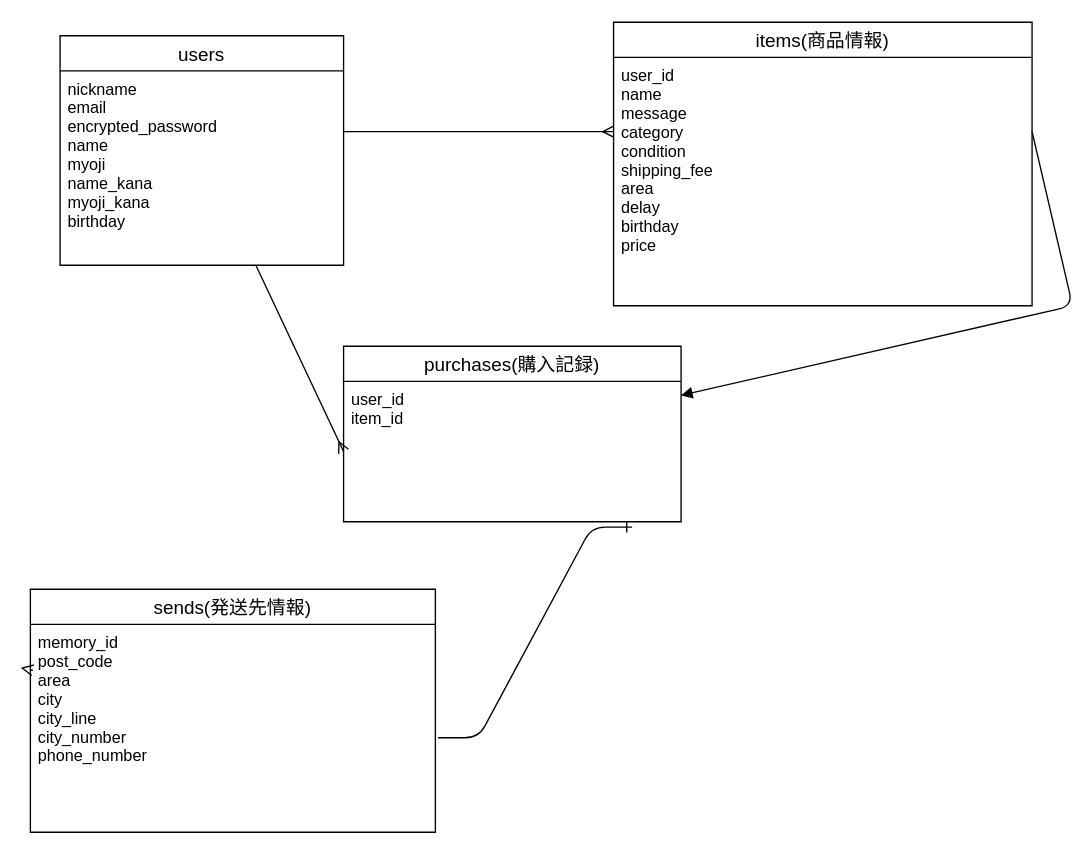
yyudaii/furima-41117 keeps this draw.io diagram as app/views/ER.dio. Above is the earlier version. Source tidied: cells renumbered, new cells numbered last; positions are measured from the earlier drawing's top-left corner, leaving out a move shared by most shapes. Both pictures are drawn from the tidied source at 135%, with x=0, y=0 at pixel (30, 22).
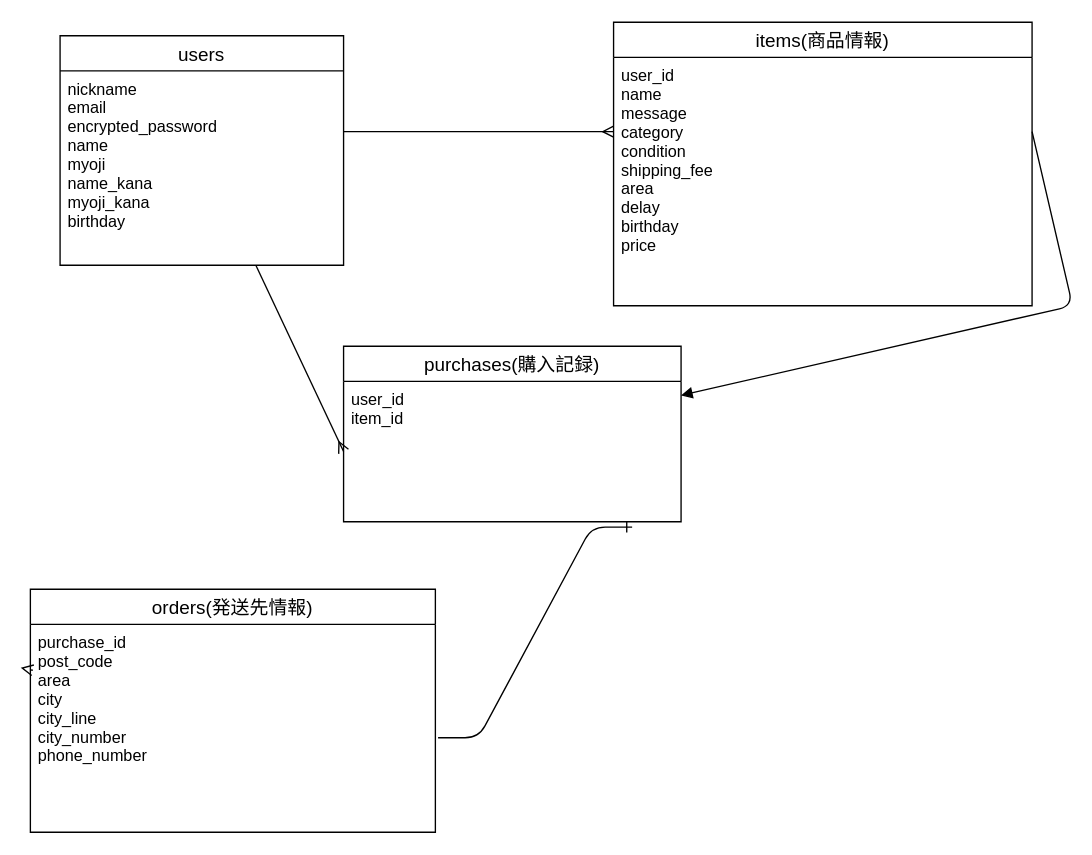
The same diagram, later.

What changed in the source:
```diff
@@
-    <mxCell id="5" value="sends(発送先情報)" style="swimlane;fontStyle=0;horizontal=1;startSize=26;align=center;fontSize=14;direction=east;" parent="1" vertex="1">
+    <mxCell id="5" value="orders(発送先情報)" style="swimlane;fontStyle=0;horizontal=1;startSize=26;align=center;fontSize=14;direction=east;" parent="1" vertex="1">
       <mxGeometry y="420" width="300" height="180" as="geometry" />
     </mxCell>
@@
-    <mxCell id="7" value="memory_id &#10;post_code&#10;area&#10;city&#10;city_line&#10;city_number&#10;phone_number" style="text;strokeColor=none;fillColor=none;spacingLeft=4;spacingRight=4;overflow=hidden;fontSize=12;" parent="5" vertex="1">
+    <mxCell id="7" value="purchase_id &#10;post_code&#10;area&#10;city&#10;city_line&#10;city_number&#10;phone_number" style="text;strokeColor=none;fillColor=none;spacingLeft=4;spacingRight=4;overflow=hidden;fontSize=12;" parent="5" vertex="1">
       <mxGeometry y="26" width="300" height="154" as="geometry" />
     </mxCell>
```
